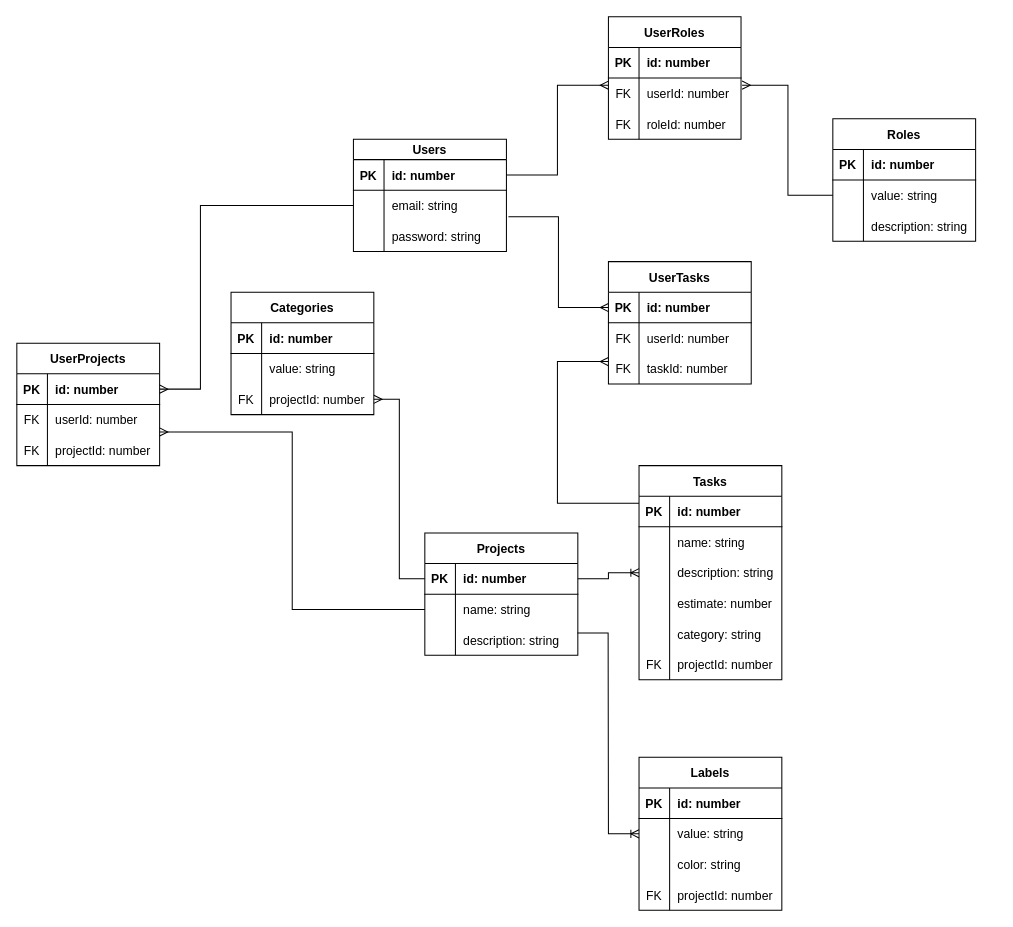
Before: docs/DatabaseSchema.drawio in kurockett/stoei-course-project, a draw.io diagram. Source tidied: cells renumbered, new cells numbered last; positions are measured from the earlier drawing's top-left corner, leaving out a move shared by most shapes. Both pictures are drawn from the tidied source at 102%, with x=0, y=0 at pixel (16, 16).
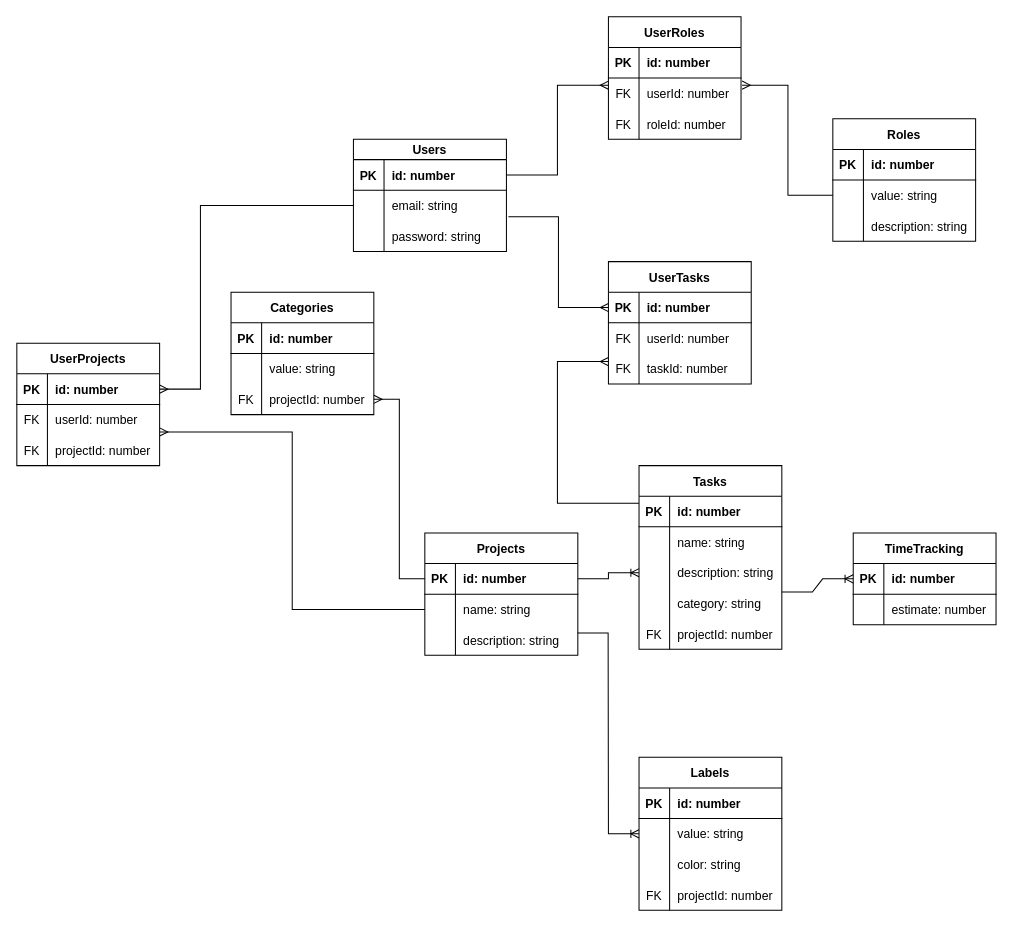
The same diagram, later.

What changed in the source:
```diff
@@
     <mxCell id="42" value="Tasks" style="shape=table;startSize=30;childLayout=tableLayout;rowLines=0;fontStyle=1;align=center;" parent="1" vertex="1">
-      <mxGeometry x="610" y="440" width="140" height="210" as="geometry" />
+      <mxGeometry x="610" y="440" width="140" height="180" as="geometry" />
     </mxCell>
@@
-    <mxCell id="52" style="shape=partialRectangle;fillColor=none;top=0;left=0;bottom=0;right=0;fontStyle=0;" parent="42" vertex="1">
-      <mxGeometry y="120" width="140" height="30" as="geometry" />
-    </mxCell>
-    <mxCell id="53" style="shape=partialRectangle;fillColor=none;top=0;left=0;bottom=0;right=0;overflow=hidden;fontStyle=0;" parent="52" vertex="1">
-      <mxGeometry width="30" height="30" as="geometry" />
-    </mxCell>
-    <mxCell id="54" value="estimate: number" style="shape=partialRectangle;fillColor=none;top=0;left=0;bottom=0;right=0;align=left;spacingLeft=6;overflow=hidden;fontStyle=0;" parent="52" vertex="1">
-      <mxGeometry x="30" width="110" height="30" as="geometry" />
-    </mxCell>
     <mxCell id="55" style="shape=partialRectangle;fillColor=none;top=0;left=0;bottom=0;right=0;fontStyle=0;" parent="42" vertex="1">
-      <mxGeometry y="150" width="140" height="30" as="geometry" />
+      <mxGeometry y="120" width="140" height="30" as="geometry" />
     </mxCell>
@@
     <mxCell id="58" style="shape=partialRectangle;fillColor=none;top=0;left=0;bottom=0;right=0;fontStyle=0;" parent="42" vertex="1">
-      <mxGeometry y="180" width="140" height="30" as="geometry" />
+      <mxGeometry y="150" width="140" height="30" as="geometry" />
     </mxCell>
@@
+    <mxCell id="113" value="TimeTracking" style="shape=table;startSize=30;childLayout=tableLayout;rowLines=0;fontStyle=1;align=center;" parent="1" vertex="1">
+      <mxGeometry x="820" y="506" width="140" height="90" as="geometry" />
+    </mxCell>
+    <mxCell id="114" style="shape=partialRectangle;fillColor=none;top=0;left=0;bottom=1;right=0;points=[[0,0.5],[1,0.5]];portConstraint=eastwest;fontStyle=0;" parent="113" vertex="1">
+      <mxGeometry y="30" width="140" height="30" as="geometry" />
+    </mxCell>
+    <mxCell id="115" value="PK" style="shape=partialRectangle;fillColor=none;top=0;left=0;bottom=0;right=0;fontStyle=1;overflow=hidden;" parent="114" vertex="1">
+      <mxGeometry width="30" height="30" as="geometry" />
+    </mxCell>
+    <mxCell id="116" value="id: number" style="shape=partialRectangle;fillColor=none;top=0;left=0;bottom=0;right=0;align=left;spacingLeft=6;fontStyle=1;overflow=hidden;" parent="114" vertex="1">
+      <mxGeometry x="30" width="110" height="30" as="geometry" />
+    </mxCell>
+    <mxCell id="117" style="shape=partialRectangle;fillColor=none;top=0;left=0;bottom=0;right=0;fontStyle=0;" parent="113" vertex="1">
+      <mxGeometry y="60" width="140" height="30" as="geometry" />
+    </mxCell>
+    <mxCell id="53" style="shape=partialRectangle;fillColor=none;top=0;left=0;bottom=0;right=0;overflow=hidden;fontStyle=0;" parent="117" vertex="1">
+      <mxGeometry width="30" height="30" as="geometry" />
+    </mxCell>
+    <mxCell id="54" value="estimate: number" style="shape=partialRectangle;fillColor=none;top=0;left=0;bottom=0;right=0;align=left;spacingLeft=6;overflow=hidden;fontStyle=0;" parent="117" vertex="1">
+      <mxGeometry x="30" width="110" height="30" as="geometry" />
+    </mxCell>
+    <mxCell id="118" style="edgeStyle=entityRelationEdgeStyle;fontSize=12;html=1;endArrow=ERoneToMany;rounded=0;strokeWidth=1;entryX=0;entryY=0.5;entryDx=0;entryDy=0;fontStyle=0;" parent="1" edge="1" target="114">
+      <mxGeometry relative="1" as="geometry">
+        <mxPoint x="750" y="564" as="sourcePoint" />
+      </mxGeometry>
+    </mxCell>
```
